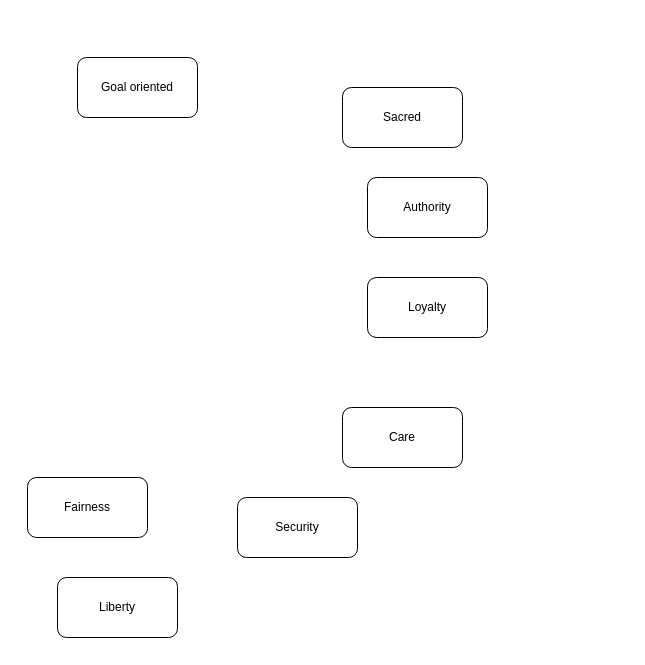
codeaudit/1 keeps this draw.io diagram as memespace_performance.drawio. Above is the earlier version. Source tidied: cells renumbered, new cells numbered last; positions are measured from the earlier drawing's top-left corner, leaving out a move shared by most shapes. Both pictures are drawn from the tidied source at 100%, with x=0, y=0 at pixel (27, 57).
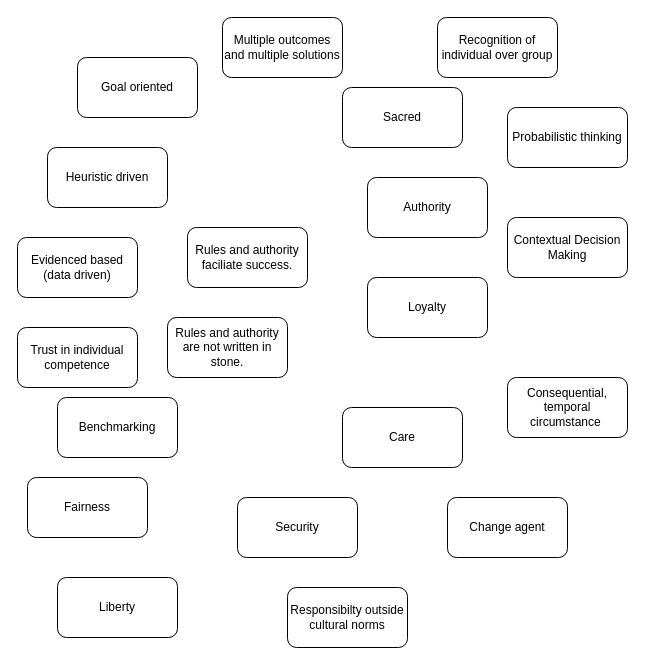
The same page after the edit.

Change to the diagram source:
```diff
@@
+    <mxCell id="10" value="Heuristic driven" style="rounded=1;whiteSpace=wrap;html=1;" parent="1" vertex="1">
+      <mxGeometry x="20" y="90" width="120" height="60" as="geometry" />
+    </mxCell>
+    <mxCell id="11" value="Evidenced based (data driven)" style="rounded=1;whiteSpace=wrap;html=1;" parent="1" vertex="1">
+      <mxGeometry x="-10" y="180" width="120" height="60" as="geometry" />
+    </mxCell>
+    <mxCell id="12" value="Trust in individual competence" style="rounded=1;whiteSpace=wrap;html=1;" parent="1" vertex="1">
+      <mxGeometry x="-10" y="270" width="120" height="60" as="geometry" />
+    </mxCell>
+    <mxCell id="13" value="Rules and authority faciliate success." style="rounded=1;whiteSpace=wrap;html=1;" parent="1" vertex="1">
+      <mxGeometry x="160" y="170" width="120" height="60" as="geometry" />
+    </mxCell>
+    <mxCell id="14" value="Rules and authority are not written in stone." style="rounded=1;whiteSpace=wrap;html=1;" parent="1" vertex="1">
+      <mxGeometry x="140" y="260" width="120" height="60" as="geometry" />
+    </mxCell>
+    <mxCell id="15" value="Benchmarking" style="rounded=1;whiteSpace=wrap;html=1;" parent="1" vertex="1">
+      <mxGeometry x="30" y="340" width="120" height="60" as="geometry" />
+    </mxCell>
+    <mxCell id="16" value="Multiple outcomes and multiple solutions" style="rounded=1;whiteSpace=wrap;html=1;" parent="1" vertex="1">
+      <mxGeometry x="195" y="-40" width="120" height="60" as="geometry" />
+    </mxCell>
+    <mxCell id="17" value="Recognition of individual over group" style="rounded=1;whiteSpace=wrap;html=1;" parent="1" vertex="1">
+      <mxGeometry x="410" y="-40" width="120" height="60" as="geometry" />
+    </mxCell>
+    <mxCell id="18" value="Probabilistic thinking" style="rounded=1;whiteSpace=wrap;html=1;" parent="1" vertex="1">
+      <mxGeometry x="480" y="50" width="120" height="60" as="geometry" />
+    </mxCell>
+    <mxCell id="19" value="Contextual Decision&lt;br&gt;Making" style="rounded=1;whiteSpace=wrap;html=1;" parent="1" vertex="1">
+      <mxGeometry x="480" y="160" width="120" height="60" as="geometry" />
+    </mxCell>
+    <mxCell id="20" value="Consequential, temporal circumstance&amp;nbsp;" style="rounded=1;whiteSpace=wrap;html=1;" parent="1" vertex="1">
+      <mxGeometry x="480" y="320" width="120" height="60" as="geometry" />
+    </mxCell>
+    <mxCell id="21" value="Change agent" style="rounded=1;whiteSpace=wrap;html=1;" parent="1" vertex="1">
+      <mxGeometry x="420" y="440" width="120" height="60" as="geometry" />
+    </mxCell>
+    <mxCell id="22" value="Responsibilty outside cultural norms" style="rounded=1;whiteSpace=wrap;html=1;" parent="1" vertex="1">
+      <mxGeometry x="260" y="530" width="120" height="60" as="geometry" />
+    </mxCell>
```
